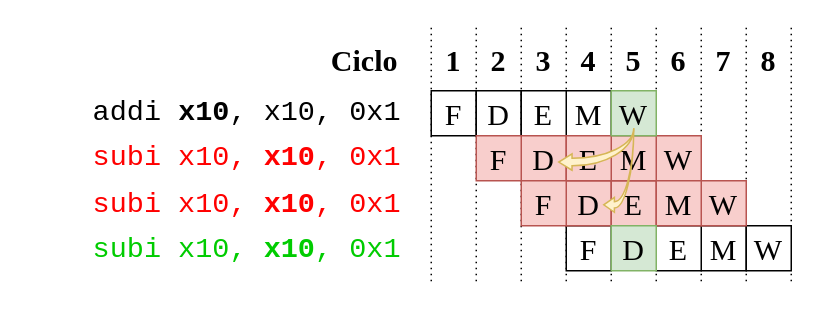
This is doc/memoria/res/img/diagramas/cap05-03/cap05-03-01-diagrama-dep-raw-ejemplo.drawio from eon0111/RISC-V-CPU, a draw.io file, before an edit. Source tidied: cells renumbered, new cells numbered last; positions are measured from the earlier drawing's top-left corner, leaving out a move shared by most shapes. Both pictures are drawn from the tidied source at 150%, with x=0, y=0 at pixel (26, 26).
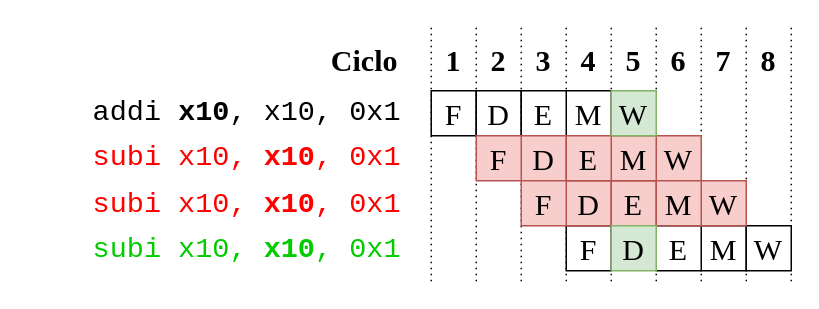
Above is the later version.

Change to the diagram source:
```diff
@@
-    <mxCell id="41" style="html=1;shadow=0;dashed=0;align=center;verticalAlign=middle;shape=mxgraph.arrows2.jumpInArrow;dy=2.53;dx=8.86;arrowHead=10.95;rotation=-180;fillColor=#fff2cc;strokeColor=#d6b656;" parent="1" vertex="1">
-      <mxGeometry x="355" y="68" width="50" height="28" as="geometry" />
-    </mxCell>
-    <mxCell id="42" style="html=1;shadow=0;dashed=0;align=center;verticalAlign=middle;shape=mxgraph.arrows2.jumpInArrow;dy=2.15;dx=7.1;arrowHead=9.86;rotation=-180;fillColor=#fff2cc;strokeColor=#d6b656;" parent="1" vertex="1">
-      <mxGeometry x="385" y="68" width="20" height="56" as="geometry" />
-    </mxCell>
```
